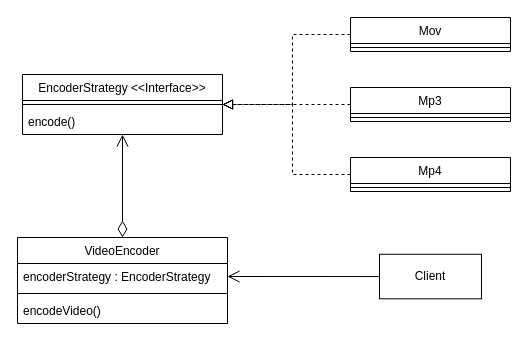
The draw.io diagram umls/Strategy.drawio in rishabmamgai/LLD, before the edit. Source tidied: cells renumbered, new cells numbered last; positions are measured from the earlier drawing's top-left corner, leaving out a move shared by most shapes. Both pictures are drawn from the tidied source at 100%, with x=0, y=0 at pixel (17, 17).
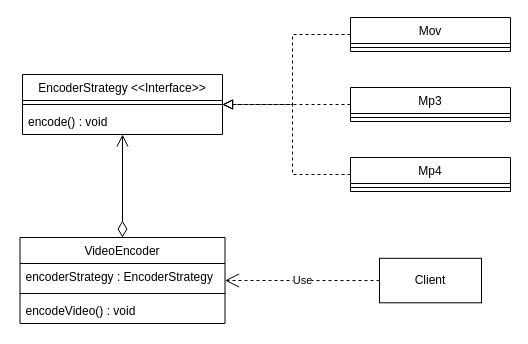
Above is the later version.

The change refers to these unchanged cells:
```xml
<mxCell id="2" value="EncoderStrategy &lt;&lt;Interface&gt;&gt;" style="swimlane;fontStyle=0;align=center;verticalAlign=top;horizontal=1;startSize=26;rounded=0;shadow=0;strokeWidth=1;" parent="1" vertex="1">
  <mxGeometry x="5" y="57" width="200" height="60" as="geometry" />
</mxCell>
```

Diff of the diagram source:
```diff
@@
-    <mxCell id="4" value="encode()" style="text;align=left;verticalAlign=top;spacingLeft=4;spacingRight=4;overflow=hidden;" parent="2" vertex="1">
+    <mxCell id="4" value="encode() : void" style="text;align=left;verticalAlign=top;spacingLeft=4;spacingRight=4;overflow=hidden;" parent="2" vertex="1">
       <mxGeometry y="34" width="200" height="26" as="geometry" />
     </mxCell>
     <mxCell id="5" value="VideoEncoder" style="swimlane;fontStyle=0;align=center;verticalAlign=top;horizontal=1;startSize=26;rounded=0;shadow=0;strokeWidth=1;" parent="1" vertex="1">
-      <mxGeometry y="220" width="210" height="86" as="geometry" />
+      <mxGeometry x="2.5" y="220" width="205" height="86" as="geometry" />
     </mxCell>
     <mxCell id="6" value="encoderStrategy : EncoderStrategy" style="text;align=left;verticalAlign=top;spacingLeft=4;spacingRight=4;overflow=hidden;points=[[0,0.5],[1,0.5]];portConstraint=eastwest;" parent="5" vertex="1">
-      <mxGeometry y="26" width="210" height="26" as="geometry" />
+      <mxGeometry y="26" width="205" height="26" as="geometry" />
     </mxCell>
     <mxCell id="7" style="line;html=1;strokeWidth=1;align=left;verticalAlign=middle;spacingTop=-1;spacingLeft=3;spacingRight=3;labelPosition=right;" parent="5" vertex="1">
-      <mxGeometry y="52" width="210" height="8" as="geometry" />
+      <mxGeometry y="52" width="205" height="8" as="geometry" />
     </mxCell>
-    <mxCell id="8" value="encodeVideo()" style="text;align=left;verticalAlign=top;spacingLeft=4;spacingRight=4;overflow=hidden;" parent="5" vertex="1">
-      <mxGeometry y="60" width="210" height="26" as="geometry" />
+    <mxCell id="8" value="encodeVideo() : void" style="text;align=left;verticalAlign=top;spacingLeft=4;spacingRight=4;overflow=hidden;" parent="5" vertex="1">
+      <mxGeometry y="60" width="205" height="26" as="geometry" />
     </mxCell>
@@
     <mxCell id="15" value="Client" style="rounded=0;whiteSpace=wrap;html=1;" parent="1" vertex="1">
-      <mxGeometry x="362" y="236.8" width="102" height="44.5" as="geometry" />
+      <mxGeometry x="362" y="240.8" width="102" height="44.5" as="geometry" />
     </mxCell>
@@
-    <mxCell id="20" style="endArrow=open;html=1;rounded=0;exitX=0;exitY=0.5;exitDx=0;exitDy=0;entryX=1;entryY=0.5;entryDx=0;entryDy=0;endSize=10;endFill=0;" parent="1" edge="1" source="15" target="6">
-      <mxGeometry relative="1" as="geometry" />
-    </mxCell>
+    <mxCell id="21" value="Use" style="endArrow=open;endSize=12;dashed=1;html=1;rounded=0;exitX=0;exitY=0.5;exitDx=0;exitDy=0;entryX=1;entryY=0.5;entryDx=0;entryDy=0;" parent="1" edge="1" source="15" target="5">
+      <mxGeometry relative="1" as="geometry" />
+    </mxCell>
```
